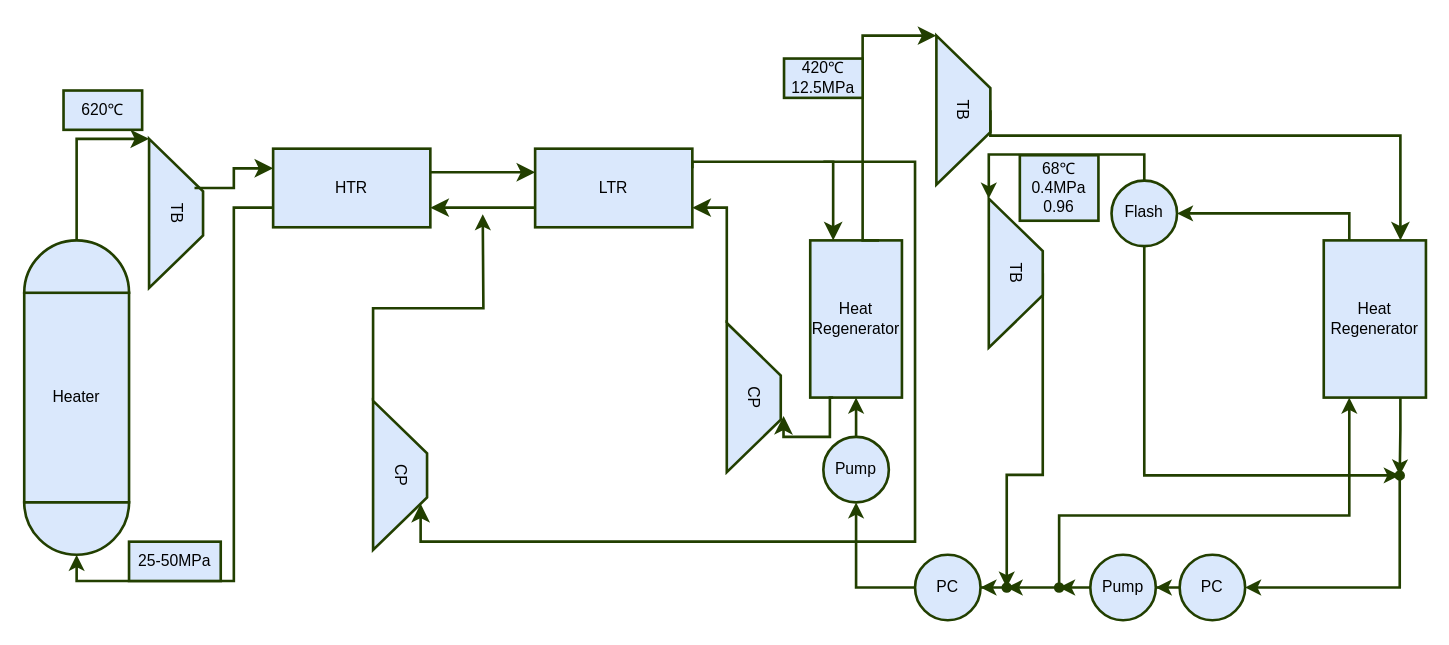
The draw.io diagram 热力线图.drawio in Arielwithoutoven/Odds, before the edit. Source tidied: cells renumbered, new cells numbered last; positions are measured from the earlier drawing's top-left corner, leaving out a move shared by most shapes. Both pictures are drawn from the tidied source at 131%, with x=0, y=0 at pixel (24, 35).
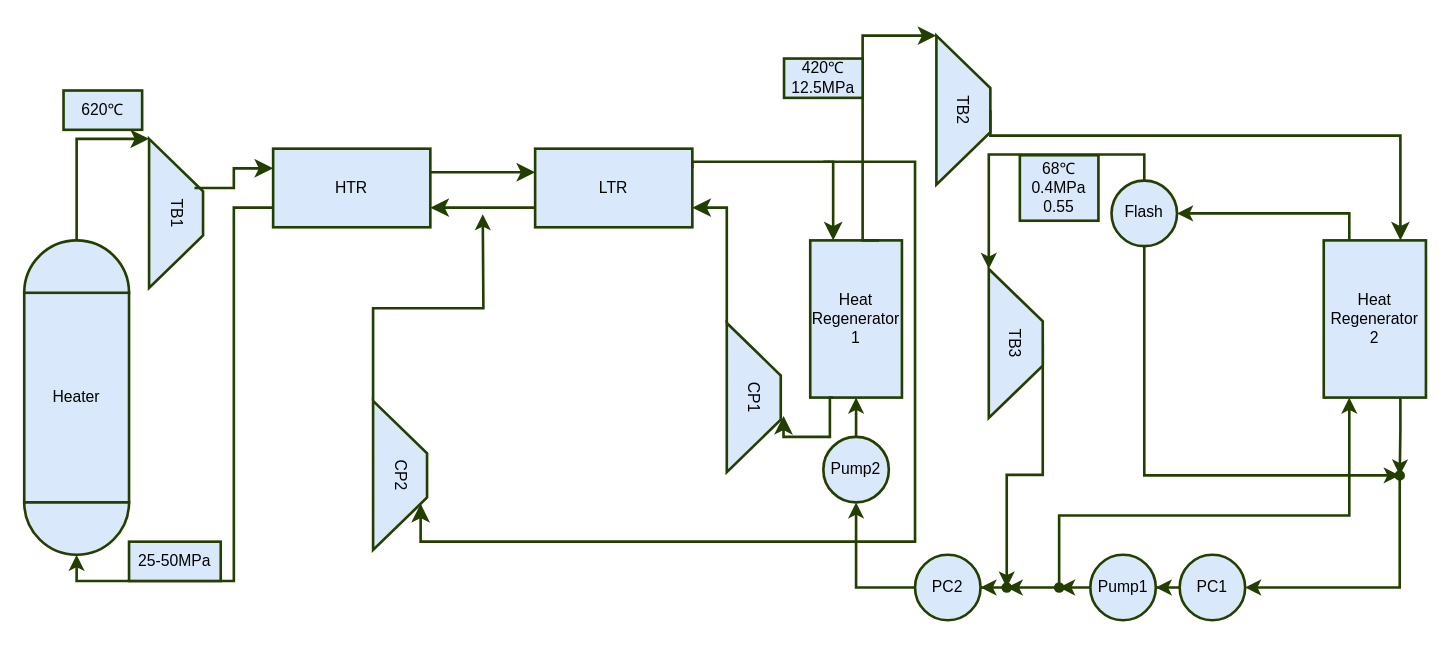
After the change.

Change to the diagram source:
```diff
@@
-    <mxCell id="2" value="CP" style="shape=trapezoid;perimeter=trapezoidPerimeter;whiteSpace=wrap;html=1;fixedSize=1;rotation=90;size=40;fillColor=#dae8fc;strokeColor=#223F00;strokeWidth=2;" parent="1" vertex="1">
+    <mxCell id="2" value="CP2" style="shape=trapezoid;perimeter=trapezoidPerimeter;whiteSpace=wrap;html=1;fixedSize=1;rotation=90;size=40;fillColor=#dae8fc;strokeColor=#223F00;strokeWidth=2;" parent="1" vertex="1">
       <mxGeometry x="230" y="314.8" width="113.8" height="41.2" as="geometry" />
     </mxCell>
@@
-    <mxCell id="9" value="TB" style="shape=trapezoid;perimeter=trapezoidPerimeter;whiteSpace=wrap;html=1;fixedSize=1;rotation=90;size=40;fillColor=#dae8fc;strokeColor=#223F00;strokeWidth=2;" parent="1" vertex="1">
+    <mxCell id="9" value="TB1" style="shape=trapezoid;perimeter=trapezoidPerimeter;whiteSpace=wrap;html=1;fixedSize=1;rotation=90;size=40;fillColor=#dae8fc;strokeColor=#223F00;strokeWidth=2;" parent="1" vertex="1">
       <mxGeometry x="59" y="114.8" width="113.8" height="41.2" as="geometry" />
     </mxCell>
@@
-    <mxCell id="16" value="Heat Regenerator" style="rounded=0;whiteSpace=wrap;html=1;fillColor=#dae8fc;strokeColor=#223F00;strokeWidth=2;" parent="1" vertex="1">
+    <mxCell id="16" value="Heat Regenerator 1" style="rounded=0;whiteSpace=wrap;html=1;fillColor=#dae8fc;strokeColor=#223F00;strokeWidth=2;" parent="1" vertex="1">
       <mxGeometry x="600" y="156" width="70" height="120" as="geometry" />
     </mxCell>
@@
-    <mxCell id="18" value="CP" style="shape=trapezoid;perimeter=trapezoidPerimeter;whiteSpace=wrap;html=1;fixedSize=1;rotation=90;size=40;fillColor=#dae8fc;strokeColor=#223F00;strokeWidth=2;" parent="1" vertex="1">
+    <mxCell id="18" value="CP1" style="shape=trapezoid;perimeter=trapezoidPerimeter;whiteSpace=wrap;html=1;fixedSize=1;rotation=90;size=40;fillColor=#dae8fc;strokeColor=#223F00;strokeWidth=2;" parent="1" vertex="1">
       <mxGeometry x="500" y="255.4" width="113.8" height="41.2" as="geometry" />
     </mxCell>
@@
-    <mxCell id="24" value="TB" style="shape=trapezoid;perimeter=trapezoidPerimeter;whiteSpace=wrap;html=1;fixedSize=1;rotation=90;size=40;fillColor=#dae8fc;strokeColor=#223F00;strokeWidth=2;" parent="1" vertex="1">
+    <mxCell id="24" value="TB2" style="shape=trapezoid;perimeter=trapezoidPerimeter;whiteSpace=wrap;html=1;fixedSize=1;rotation=90;size=40;fillColor=#dae8fc;strokeColor=#223F00;strokeWidth=2;" parent="1" vertex="1">
       <mxGeometry x="660" y="36" width="113.8" height="41.2" as="geometry" />
     </mxCell>
@@
-    <mxCell id="28" value="Heat Regenerator" style="rounded=0;whiteSpace=wrap;html=1;fillColor=#dae8fc;strokeColor=#223F00;strokeWidth=2;" parent="1" vertex="1">
+    <mxCell id="28" value="Heat Regenerator 2" style="rounded=0;whiteSpace=wrap;html=1;fillColor=#dae8fc;strokeColor=#223F00;strokeWidth=2;" parent="1" vertex="1">
       <mxGeometry x="992" y="156" width="78" height="120" as="geometry" />
     </mxCell>
@@
-    <mxCell id="31" value="TB" style="shape=trapezoid;perimeter=trapezoidPerimeter;whiteSpace=wrap;html=1;fixedSize=1;rotation=90;size=40;fillColor=#dae8fc;strokeColor=#223F00;strokeWidth=2;" parent="1" vertex="1">
-      <mxGeometry x="700" y="160.4" width="113.8" height="41.2" as="geometry" />
+    <mxCell id="31" value="TB3" style="shape=trapezoid;perimeter=trapezoidPerimeter;whiteSpace=wrap;html=1;fixedSize=1;rotation=90;size=40;fillColor=#dae8fc;strokeColor=#223F00;strokeWidth=2;" parent="1" vertex="1">
+      <mxGeometry x="700" y="214.1" width="113.8" height="41.2" as="geometry" />
     </mxCell>
@@
-    <mxCell id="35" value="PC" style="ellipse;whiteSpace=wrap;html=1;fillColor=#dae8fc;strokeColor=#223F00;strokeWidth=2;" parent="1" vertex="1">
+    <mxCell id="35" value="PC1" style="ellipse;whiteSpace=wrap;html=1;fillColor=#dae8fc;strokeColor=#223F00;strokeWidth=2;" parent="1" vertex="1">
       <mxGeometry x="882" y="396" width="50" height="50" as="geometry" />
     </mxCell>
@@
-    <mxCell id="37" value="Pump" style="ellipse;whiteSpace=wrap;html=1;fillColor=#dae8fc;strokeColor=#223F00;strokeWidth=2;" parent="1" vertex="1">
+    <mxCell id="37" value="Pump1" style="ellipse;whiteSpace=wrap;html=1;fillColor=#dae8fc;strokeColor=#223F00;strokeWidth=2;" parent="1" vertex="1">
       <mxGeometry x="813.8" y="396" width="50" height="50" as="geometry" />
     </mxCell>
@@
-    <mxCell id="44" value="PC" style="ellipse;whiteSpace=wrap;html=1;fillColor=#dae8fc;strokeColor=#223F00;strokeWidth=2;" parent="1" vertex="1">
+    <mxCell id="44" value="PC2" style="ellipse;whiteSpace=wrap;html=1;fillColor=#dae8fc;strokeColor=#223F00;strokeWidth=2;" parent="1" vertex="1">
       <mxGeometry x="680" y="396" width="50" height="50" as="geometry" />
     </mxCell>
@@
-    <mxCell id="46" value="Pump" style="ellipse;whiteSpace=wrap;html=1;fillColor=#dae8fc;strokeColor=#223F00;strokeWidth=2;" parent="1" vertex="1">
+    <mxCell id="46" value="Pump2" style="ellipse;whiteSpace=wrap;html=1;fillColor=#dae8fc;strokeColor=#223F00;strokeWidth=2;" parent="1" vertex="1">
       <mxGeometry x="610" y="306" width="50" height="50" as="geometry" />
     </mxCell>
@@
-    <mxCell id="50" value="68℃&lt;br&gt;0.4MPa&lt;br&gt;0.96" style="text;strokeColor=#223F00;align=center;fillColor=#dae8fc;html=1;verticalAlign=middle;whiteSpace=wrap;rounded=0;strokeWidth=2;" parent="1" vertex="1">
+    <mxCell id="50" value="68℃&lt;br&gt;0.4MPa&lt;br&gt;0.55" style="text;strokeColor=#223F00;align=center;fillColor=#dae8fc;html=1;verticalAlign=middle;whiteSpace=wrap;rounded=0;strokeWidth=2;" parent="1" vertex="1">
       <mxGeometry x="760" y="91" width="60" height="50" as="geometry" />
     </mxCell>
```
